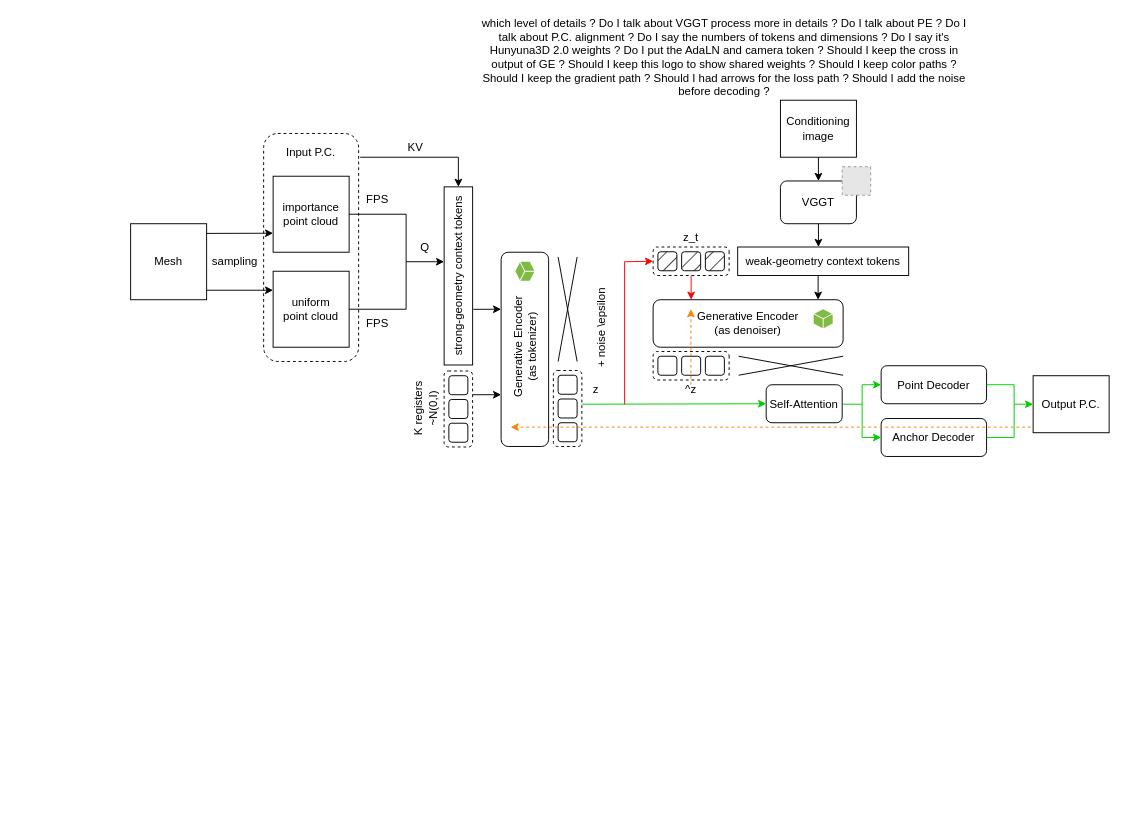
Above: teaser.drawio in NathanRouille/HY3DGS (draw.io), before the change. Source tidied: cells renumbered, new cells numbered last; positions are measured from the earlier drawing's top-left corner, leaving out a move shared by most shapes. Both pictures are drawn from the tidied source at 95%, with x=0, y=0 at pixel (130, 43). Pictures stored in the file or linked from it are replaced by grey dashed boxes.
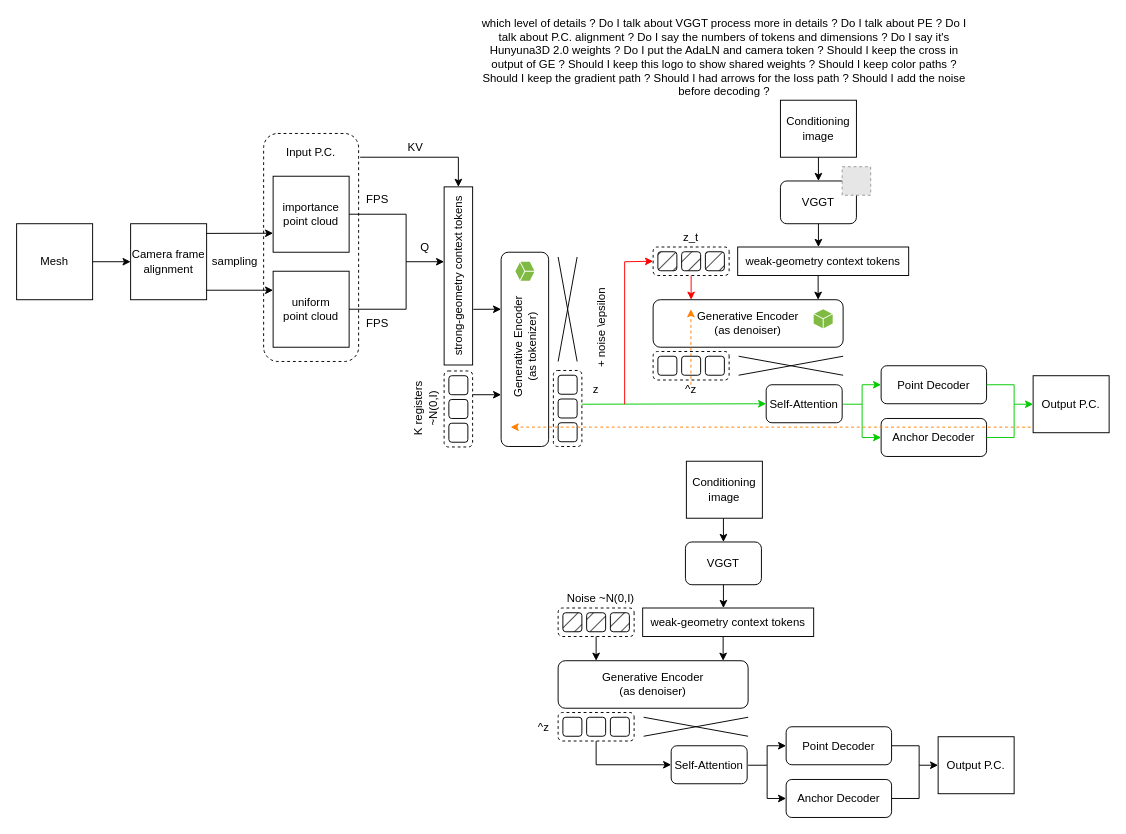
After the change.

Commit message (it also covers changes not shown here):
Mettre à jour teaser.drawio

Change to the diagram source:
```diff
@@
-    <mxCell id="7" value="Mesh" style="whiteSpace=wrap;html=1;" parent="1" vertex="1">
+    <mxCell id="7" value="Camera frame alignment" style="whiteSpace=wrap;html=1;" parent="1" vertex="1">
       <mxGeometry y="190" width="80" height="80" as="geometry" />
     </mxCell>
@@
+    <mxCell id="75" style="rounded=1;whiteSpace=wrap;html=1;dashed=1;rotation=90;" parent="1" vertex="1">
+      <mxGeometry x="475" y="679.5" width="30" height="80" as="geometry" />
+    </mxCell>
+    <mxCell id="76" style="rounded=1;whiteSpace=wrap;html=1;dashed=1;rotation=90;" parent="1" vertex="1">
+      <mxGeometry x="475" y="569.5" width="30" height="80" as="geometry" />
+    </mxCell>
+    <mxCell id="77" style="rounded=1;whiteSpace=wrap;html=1;fillStyle=hatch;fillColor=#000000;" parent="1" vertex="1">
+      <mxGeometry x="455" y="599.5" width="20" height="20" as="geometry" />
+    </mxCell>
+    <mxCell id="78" style="rounded=1;whiteSpace=wrap;html=1;fillStyle=hatch;fillColor=#000000;" parent="1" vertex="1">
+      <mxGeometry x="480" y="599.5" width="20" height="20" as="geometry" />
+    </mxCell>
+    <mxCell id="79" style="rounded=1;whiteSpace=wrap;html=1;fillStyle=hatch;fillColor=#000000;" parent="1" vertex="1">
+      <mxGeometry x="505" y="599.5" width="20" height="20" as="geometry" />
+    </mxCell>
+    <mxCell id="80" style="endArrow=classic;html=1;rounded=0;exitX=1;exitY=0.5;exitDx=0;exitDy=0;strokeColor=#000000;" parent="1" edge="1" source="76">
+      <mxGeometry relative="1" as="geometry">
+        <mxPoint x="490" y="650" as="targetPoint" />
+      </mxGeometry>
+    </mxCell>
+    <mxCell id="81" style="endArrow=classic;html=1;rounded=0;exitX=0.5;exitY=1;exitDx=0;exitDy=0;entryX=0.5;entryY=0;entryDx=0;entryDy=0;" parent="1" edge="1" target="82">
+      <mxGeometry relative="1" as="geometry">
+        <mxPoint x="624" y="500" as="sourcePoint" />
+      </mxGeometry>
+    </mxCell>
+    <mxCell id="82" value="VGGT" style="rounded=1;whiteSpace=wrap;html=1;" parent="1" vertex="1">
+      <mxGeometry x="584" y="525" width="80" height="45" as="geometry" />
+    </mxCell>
+    <mxCell id="83" style="endArrow=classic;html=1;rounded=0;exitX=0.5;exitY=1;exitDx=0;exitDy=0;" parent="1" edge="1" source="82">
+      <mxGeometry relative="1" as="geometry">
+        <mxPoint x="624" y="594.5" as="targetPoint" />
+      </mxGeometry>
+    </mxCell>
+    <mxCell id="84" value="weak-geometry context tokens" style="rounded=0;whiteSpace=wrap;html=1;" parent="1" vertex="1">
+      <mxGeometry x="539" y="594.5" width="180" height="30" as="geometry" />
+    </mxCell>
+    <mxCell id="85" style="endArrow=classic;html=1;rounded=0;exitX=1;exitY=0.5;exitDx=0;exitDy=0;" parent="1" edge="1">
+      <mxGeometry relative="1" as="geometry">
+        <mxPoint x="623.7" y="625" as="sourcePoint" />
+        <mxPoint x="623.7" y="650" as="targetPoint" />
+      </mxGeometry>
+    </mxCell>
+    <mxCell id="86" style="rounded=1;whiteSpace=wrap;html=1;rotation=90;" parent="1" vertex="1">
+      <mxGeometry x="525" y="575" width="50" height="200" as="geometry" />
+    </mxCell>
+    <mxCell id="87" style="rounded=1;whiteSpace=wrap;html=1;fillStyle=auto;fillColor=#FFFFFF;" parent="1" vertex="1">
+      <mxGeometry x="455" y="709.5" width="20" height="20" as="geometry" />
+    </mxCell>
+    <mxCell id="88" style="rounded=1;whiteSpace=wrap;html=1;fillStyle=auto;fillColor=#FFFFFF;" parent="1" vertex="1">
+      <mxGeometry x="480" y="709.5" width="20" height="20" as="geometry" />
+    </mxCell>
+    <mxCell id="89" style="rounded=1;whiteSpace=wrap;html=1;fillStyle=auto;fillColor=#FFFFFF;" parent="1" vertex="1">
+      <mxGeometry x="505" y="709.5" width="20" height="20" as="geometry" />
+    </mxCell>
+    <mxCell id="90" value="Generative Encoder&lt;div&gt;(as denoiser)&lt;/div&gt;" style="text;html=1;whiteSpace=wrap;strokeColor=none;fillColor=none;align=center;verticalAlign=middle;rounded=0;rotation=0;" parent="1" vertex="1">
+      <mxGeometry x="470" y="660" width="160" height="30" as="geometry" />
+    </mxCell>
+    <mxCell id="91" style="endArrow=none;html=1;rounded=0;" parent="1" edge="1">
+      <mxGeometry relative="1" as="geometry">
+        <mxPoint x="650" y="729.5" as="sourcePoint" />
+        <mxPoint x="540" y="709.5" as="targetPoint" />
+      </mxGeometry>
+    </mxCell>
+    <mxCell id="92" style="endArrow=none;html=1;rounded=0;" parent="1" edge="1">
+      <mxGeometry relative="1" as="geometry">
+        <mxPoint x="650" y="709.5" as="sourcePoint" />
+        <mxPoint x="540" y="729.5" as="targetPoint" />
+      </mxGeometry>
+    </mxCell>
+    <mxCell id="93" value="^z" style="text;html=1;whiteSpace=wrap;strokeColor=none;fillColor=none;align=center;verticalAlign=middle;rounded=0;" parent="1" vertex="1">
+      <mxGeometry x="405" y="704.5" width="60" height="30" as="geometry" />
+    </mxCell>
+    <mxCell id="94" value="Noise ~N(0,I)" style="text;html=1;whiteSpace=wrap;strokeColor=none;fillColor=none;align=center;verticalAlign=middle;rounded=0;" parent="1" vertex="1">
+      <mxGeometry x="455" y="569.5" width="80" height="30" as="geometry" />
+    </mxCell>
+    <mxCell id="95" value="Self-Attention" style="rounded=1;whiteSpace=wrap;html=1;" parent="1" vertex="1">
+      <mxGeometry x="569" y="739.5" width="80" height="40" as="geometry" />
+    </mxCell>
+    <mxCell id="96" value="Point Decoder" style="whiteSpace=wrap;html=1;rounded=1;" parent="1" vertex="1">
+      <mxGeometry x="690" y="719.5" width="111" height="40" as="geometry" />
+    </mxCell>
+    <mxCell id="97" value="Anchor Decoder" style="whiteSpace=wrap;html=1;rounded=1;" parent="1" vertex="1">
+      <mxGeometry x="690" y="775" width="111" height="40" as="geometry" />
+    </mxCell>
+    <mxCell id="98" style="endArrow=classic;html=1;rounded=0;entryX=0;entryY=0.5;entryDx=0;entryDy=0;strokeColor=#000000;" parent="1" edge="1" target="97">
+      <mxGeometry relative="1" as="geometry">
+        <mxPoint x="670" y="760" as="sourcePoint" />
+        <Array as="points">
+          <mxPoint x="670" y="795" />
+        </Array>
+      </mxGeometry>
+    </mxCell>
+    <mxCell id="99" style="endArrow=classic;html=1;rounded=0;exitX=1;exitY=0.5;exitDx=0;exitDy=0;strokeColor=#000000;entryX=0;entryY=0.5;entryDx=0;entryDy=0;" parent="1" edge="1" source="96" target="100">
+      <mxGeometry relative="1" as="geometry">
+        <Array as="points">
+          <mxPoint x="830" y="739.5" />
+          <mxPoint x="830" y="760" />
+        </Array>
+      </mxGeometry>
+    </mxCell>
+    <mxCell id="100" value="Output P.C." style="rounded=0;whiteSpace=wrap;html=1;" parent="1" vertex="1">
+      <mxGeometry x="850" y="730" width="80" height="60" as="geometry" />
+    </mxCell>
+    <mxCell id="101" style="endArrow=classic;html=1;rounded=0;entryX=0;entryY=0.5;entryDx=0;entryDy=0;strokeColor=#000000;" parent="1" edge="1" target="96">
+      <mxGeometry relative="1" as="geometry">
+        <mxPoint x="650" y="760" as="sourcePoint" />
+        <Array as="points">
+          <mxPoint x="670" y="760" />
+          <mxPoint x="670" y="739.5" />
+        </Array>
+      </mxGeometry>
+    </mxCell>
+    <mxCell id="102" style="endArrow=none;html=1;rounded=0;exitX=1;exitY=0.5;exitDx=0;exitDy=0;strokeColor=#000000;" parent="1" edge="1" source="97">
+      <mxGeometry relative="1" as="geometry">
+        <mxPoint x="830" y="760" as="targetPoint" />
+        <Array as="points">
+          <mxPoint x="830" y="795" />
+        </Array>
+      </mxGeometry>
+    </mxCell>
+    <mxCell id="103" style="endArrow=classic;html=1;rounded=0;exitX=1;exitY=0.5;exitDx=0;exitDy=0;entryX=0;entryY=0.5;entryDx=0;entryDy=0;" parent="1" edge="1" source="75" target="95">
+      <mxGeometry relative="1" as="geometry">
+        <Array as="points">
+          <mxPoint x="490" y="759.5" />
+        </Array>
+      </mxGeometry>
+    </mxCell>
+    <mxCell id="104" value="Conditioning&lt;div&gt;image&lt;/div&gt;" style="rounded=0;whiteSpace=wrap;html=1;" parent="1" vertex="1">
+      <mxGeometry x="585" y="440" width="80" height="60" as="geometry" />
+    </mxCell>
+    <mxCell id="105" value="Mesh" style="whiteSpace=wrap;html=1;" parent="1" vertex="1">
+      <mxGeometry x="-120" y="190" width="80" height="80" as="geometry" />
+    </mxCell>
+    <mxCell id="106" style="endArrow=classic;html=1;rounded=0;exitX=1;exitY=0.5;exitDx=0;exitDy=0;entryX=0;entryY=0.5;entryDx=0;entryDy=0;" parent="1" edge="1" source="105" target="7">
+      <mxGeometry relative="1" as="geometry" />
+    </mxCell>
```
